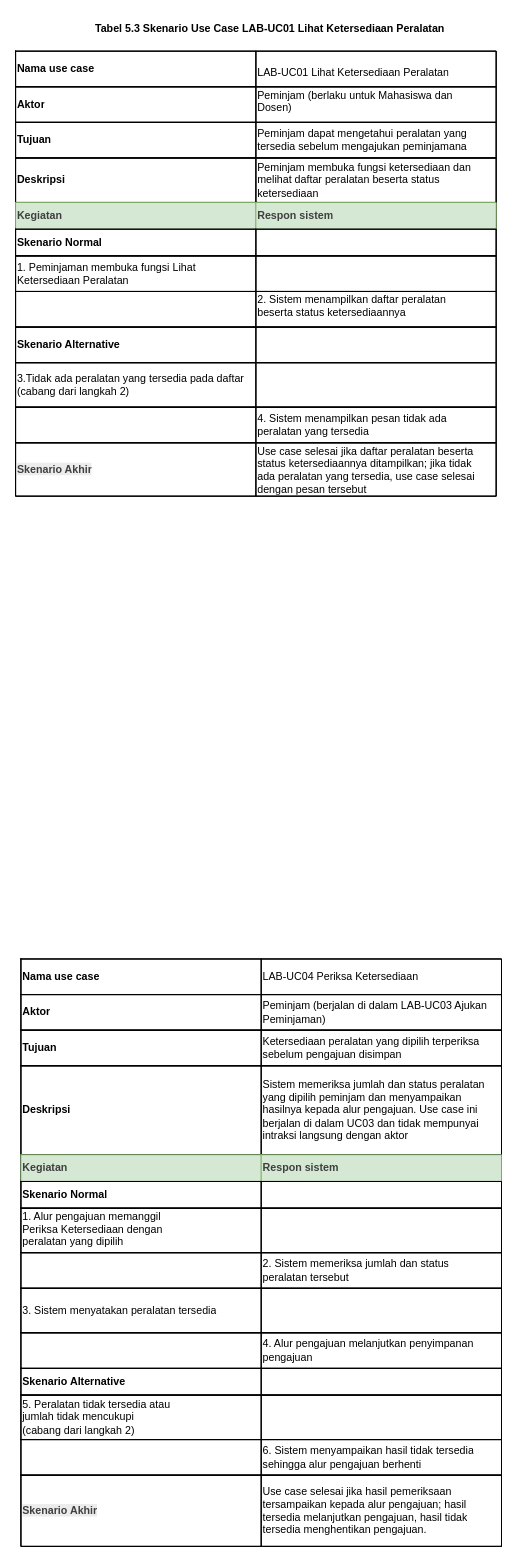
This is page "Page-1" (1 of 11) of 04_model_analisis/P05/LAB/P05_2406120_LAB_skenario.drawio from 2406120-sys/-IFRWP5149_2406120_LabAlat.-, a draw.io file, before an edit. Source tidied: cells renumbered, new cells numbered last; positions are measured from the earlier drawing's top-left corner, leaving out a move shared by most shapes. Both pictures are drawn from the tidied source at 89%, with x=0, y=0 at pixel (15, 15).
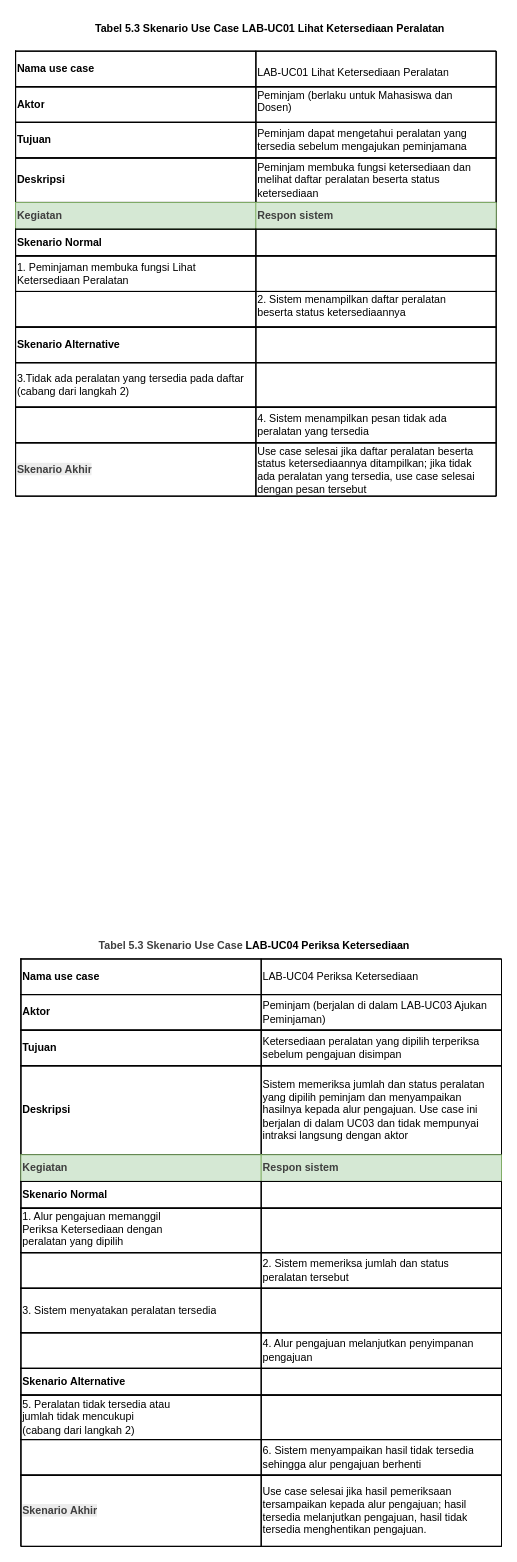
After the change.

Diff of the diagram source:
```diff
@@
+    <mxCell id="83" value="&lt;b&gt;&lt;span style=&quot;color: rgb(63, 63, 63); scrollbar-color: rgba(168, 169, 170, 0.52) rgb(18, 19, 20);&quot;&gt;Tabel 5.3 Skenario Use Case&amp;nbsp;&lt;/span&gt;&lt;span style=&quot;color: rgb(0, 0, 0); text-align: left;&quot;&gt;LAB-UC04 Periksa Ketersediaan&amp;nbsp;&lt;/span&gt;&lt;/b&gt;" style="text;html=1;whiteSpace=wrap;strokeColor=none;fillColor=none;align=center;verticalAlign=middle;rounded=0;" parent="1" vertex="1">
+      <mxGeometry x="20" y="1030" width="500" height="30" as="geometry" />
+    </mxCell>
```
